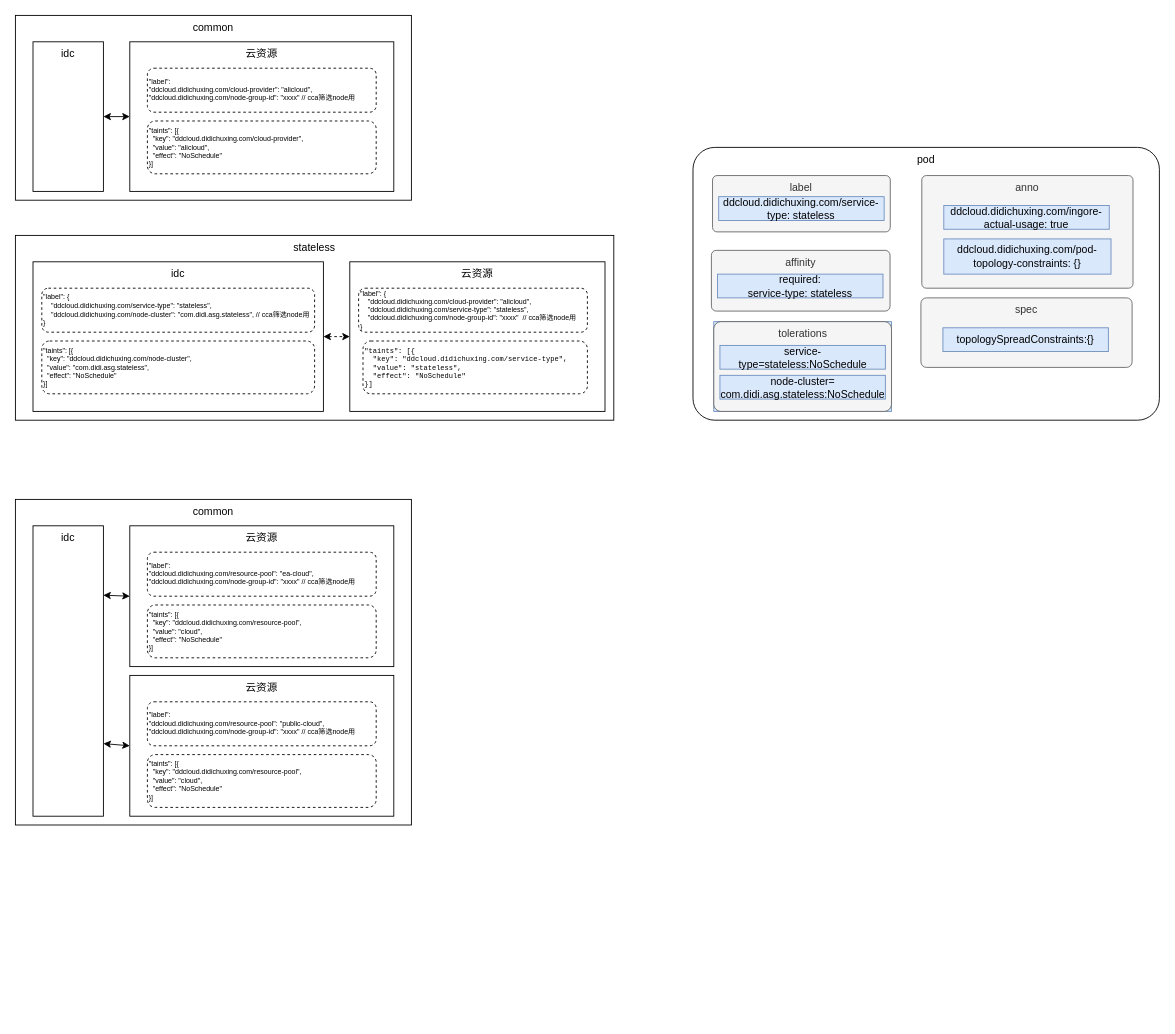
The draw.io diagram quota.drawio in zhangfuli/draw.io, before the edit. Source tidied: cells renumbered, new cells numbered last; positions are measured from the earlier drawing's top-left corner, leaving out a move shared by most shapes. Both pictures are drawn from the tidied source at 88%, with x=0, y=0 at pixel (15, 15).
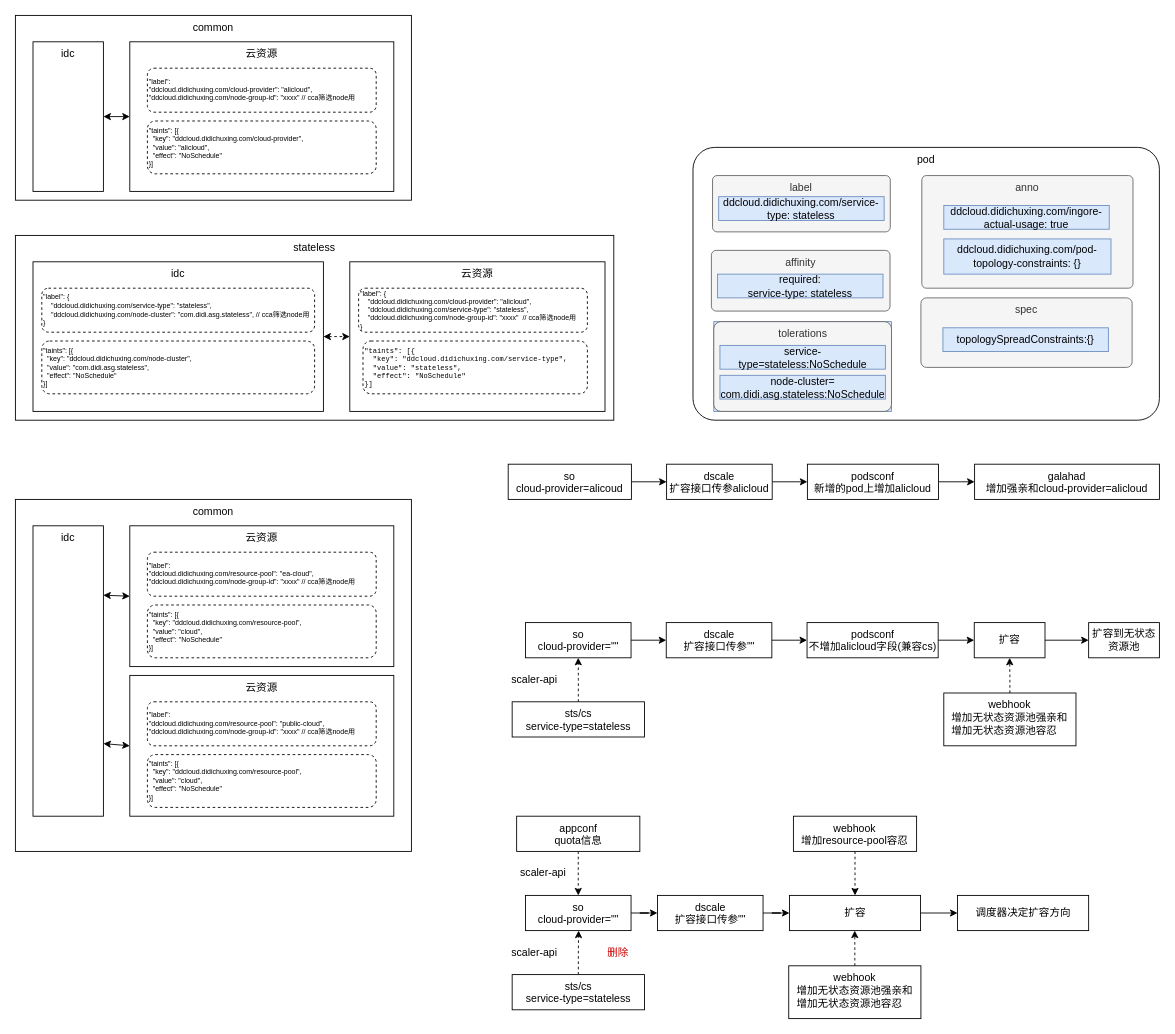
Above is the later version.

The edit, as a diff of the source:
```diff
@@
     <mxCell id="31" value="common" style="rounded=0;whiteSpace=wrap;html=1;verticalAlign=top;" parent="1" vertex="1">
-      <mxGeometry y="550" width="450" height="370" as="geometry" />
+      <mxGeometry y="550" width="450" height="400" as="geometry" />
     </mxCell>
@@
+    <mxCell id="41" style="edgeStyle=orthogonalEdgeStyle;rounded=0;jettySize=auto;html=1;" parent="1" edge="1" source="42" target="44">
+      <mxGeometry relative="1" as="geometry" />
+    </mxCell>
+    <mxCell id="42" value="so&lt;div&gt;cloud-provider=alicoud&lt;/div&gt;" style="rounded=0;whiteSpace=wrap;html=1;verticalAlign=top;" parent="1" vertex="1">
+      <mxGeometry x="560" y="510" width="140" height="40" as="geometry" />
+    </mxCell>
+    <mxCell id="43" style="edgeStyle=orthogonalEdgeStyle;rounded=0;jettySize=auto;html=1;" parent="1" edge="1" source="44" target="46">
+      <mxGeometry relative="1" as="geometry" />
+    </mxCell>
+    <mxCell id="44" value="dscale&lt;div&gt;扩容接口传参alicloud&lt;/div&gt;" style="rounded=0;whiteSpace=wrap;html=1;verticalAlign=top;" parent="1" vertex="1">
+      <mxGeometry x="740" y="510" width="120" height="40" as="geometry" />
+    </mxCell>
+    <mxCell id="45" style="edgeStyle=orthogonalEdgeStyle;rounded=0;jettySize=auto;html=1;" parent="1" edge="1" source="46" target="47">
+      <mxGeometry relative="1" as="geometry" />
+    </mxCell>
+    <mxCell id="46" value="podsconf&lt;div&gt;新增的pod上增加alicloud&lt;/div&gt;" style="rounded=0;whiteSpace=wrap;html=1;verticalAlign=top;" parent="1" vertex="1">
+      <mxGeometry x="900" y="510" width="149" height="40" as="geometry" />
+    </mxCell>
+    <mxCell id="47" value="galahad&lt;div&gt;增加强亲和cloud-provider=alicloud&lt;/div&gt;" style="rounded=0;whiteSpace=wrap;html=1;verticalAlign=top;" parent="1" vertex="1">
+      <mxGeometry x="1090" y="510" width="210" height="40" as="geometry" />
+    </mxCell>
+    <mxCell id="48" style="edgeStyle=orthogonalEdgeStyle;rounded=0;jettySize=auto;html=1;" parent="1" edge="1" source="49" target="51">
+      <mxGeometry relative="1" as="geometry" />
+    </mxCell>
+    <mxCell id="49" value="so&lt;div&gt;cloud-provider=&quot;&quot;&lt;/div&gt;" style="rounded=0;whiteSpace=wrap;html=1;verticalAlign=top;" parent="1" vertex="1">
+      <mxGeometry x="579.6" y="690" width="120" height="40" as="geometry" />
+    </mxCell>
+    <mxCell id="50" style="edgeStyle=orthogonalEdgeStyle;rounded=0;jettySize=auto;html=1;" parent="1" edge="1" source="51" target="53">
+      <mxGeometry relative="1" as="geometry" />
+    </mxCell>
+    <mxCell id="51" value="dscale&lt;div&gt;扩容接口传参&quot;&quot;&lt;/div&gt;" style="rounded=0;whiteSpace=wrap;html=1;verticalAlign=top;" parent="1" vertex="1">
+      <mxGeometry x="739.6" y="690" width="120" height="40" as="geometry" />
+    </mxCell>
+    <mxCell id="52" style="edgeStyle=orthogonalEdgeStyle;rounded=0;jettySize=auto;html=1;" parent="1" edge="1" source="53" target="55">
+      <mxGeometry relative="1" as="geometry" />
+    </mxCell>
+    <mxCell id="53" value="podsconf&lt;div&gt;不增加alicloud字段(兼容cs)&lt;/div&gt;" style="rounded=0;whiteSpace=wrap;html=1;verticalAlign=top;" parent="1" vertex="1">
+      <mxGeometry x="899.6" y="690" width="149" height="40" as="geometry" />
+    </mxCell>
+    <mxCell id="54" style="edgeStyle=orthogonalEdgeStyle;rounded=0;jettySize=auto;html=1;" parent="1" edge="1" source="55" target="70">
+      <mxGeometry relative="1" as="geometry" />
+    </mxCell>
+    <mxCell id="55" value="扩容" style="rounded=0;whiteSpace=wrap;html=1;verticalAlign=middle;" parent="1" vertex="1">
+      <mxGeometry x="1089.6" y="690" width="80.4" height="40" as="geometry" />
+    </mxCell>
+    <mxCell id="56" style="edgeStyle=orthogonalEdgeStyle;rounded=0;jettySize=auto;html=1;" parent="1" edge="1" source="57" target="59">
+      <mxGeometry relative="1" as="geometry" />
+    </mxCell>
+    <mxCell id="57" value="so&lt;div&gt;cloud-provider=&quot;&quot;&lt;/div&gt;" style="rounded=0;whiteSpace=wrap;html=1;verticalAlign=top;" parent="1" vertex="1">
+      <mxGeometry x="579.6" y="1000" width="120" height="40" as="geometry" />
+    </mxCell>
+    <mxCell id="58" style="edgeStyle=orthogonalEdgeStyle;rounded=0;jettySize=auto;html=1;" parent="1" edge="1" source="59" target="61">
+      <mxGeometry relative="1" as="geometry" />
+    </mxCell>
+    <mxCell id="59" value="dscale&lt;div&gt;扩容接口传参&quot;&quot;&lt;/div&gt;" style="rounded=0;whiteSpace=wrap;html=1;verticalAlign=top;" parent="1" vertex="1">
+      <mxGeometry x="729.6" y="1000" width="120" height="40" as="geometry" />
+    </mxCell>
+    <mxCell id="60" style="edgeStyle=orthogonalEdgeStyle;rounded=0;jettySize=auto;html=1;" parent="1" edge="1" source="61" target="65">
+      <mxGeometry relative="1" as="geometry" />
+    </mxCell>
+    <mxCell id="61" value="扩容" style="rounded=0;whiteSpace=wrap;html=1;verticalAlign=middle;" parent="1" vertex="1">
+      <mxGeometry x="879.6" y="1000" width="149" height="40" as="geometry" />
+    </mxCell>
+    <mxCell id="62" style="edgeStyle=orthogonalEdgeStyle;rounded=0;jettySize=auto;html=1;dashed=1;" parent="1" edge="1" source="63" target="57">
+      <mxGeometry relative="1" as="geometry" />
+    </mxCell>
+    <mxCell id="63" value="appconf&lt;div&gt;quota信息&lt;/div&gt;" style="rounded=0;whiteSpace=wrap;html=1;verticalAlign=top;" parent="1" vertex="1">
+      <mxGeometry x="569.6" y="910" width="140" height="40" as="geometry" />
+    </mxCell>
+    <mxCell id="64" value="scaler-api" style="text;html=1;whiteSpace=wrap;strokeColor=none;fillColor=none;align=center;verticalAlign=middle;rounded=0;" parent="1" vertex="1">
+      <mxGeometry x="569.6" y="960" width="60" height="30" as="geometry" />
+    </mxCell>
+    <mxCell id="65" value="调度器决定扩容方向" style="rounded=0;whiteSpace=wrap;html=1;verticalAlign=middle;" parent="1" vertex="1">
+      <mxGeometry x="1070.6" y="1000" width="149" height="40" as="geometry" />
+    </mxCell>
+    <mxCell id="66" style="edgeStyle=orthogonalEdgeStyle;rounded=0;jettySize=auto;html=1;dashed=1;" parent="1" edge="1" source="67" target="61">
+      <mxGeometry relative="1" as="geometry" />
+    </mxCell>
+    <mxCell id="67" value="webhook&lt;div style=&quot;text-align: left;&quot;&gt;增加resource-pool容忍&lt;/div&gt;" style="rounded=0;whiteSpace=wrap;html=1;verticalAlign=top;" parent="1" vertex="1">
+      <mxGeometry x="884.1" y="910" width="140" height="40" as="geometry" />
+    </mxCell>
+    <mxCell id="68" style="edgeStyle=orthogonalEdgeStyle;rounded=0;jettySize=auto;html=1;dashed=1;" parent="1" edge="1" source="69" target="55">
+      <mxGeometry relative="1" as="geometry" />
+    </mxCell>
+    <mxCell id="69" value="webhook&lt;div style=&quot;text-align: left;&quot;&gt;增加无状态资源池强亲和&lt;/div&gt;&lt;div style=&quot;text-align: left;&quot;&gt;增加无状态资源池容忍&lt;/div&gt;" style="rounded=0;whiteSpace=wrap;html=1;verticalAlign=top;" parent="1" vertex="1">
+      <mxGeometry x="1055" y="770" width="150.2" height="60" as="geometry" />
+    </mxCell>
+    <mxCell id="70" value="扩容到无状态资源池" style="rounded=0;whiteSpace=wrap;html=1;verticalAlign=middle;" parent="1" vertex="1">
+      <mxGeometry x="1219.6" y="690" width="80.4" height="40" as="geometry" />
+    </mxCell>
+    <mxCell id="71" style="edgeStyle=orthogonalEdgeStyle;rounded=0;jettySize=auto;html=1;dashed=1;" parent="1" edge="1" source="72" target="49">
+      <mxGeometry relative="1" as="geometry" />
+    </mxCell>
+    <mxCell id="72" value="sts/cs&lt;div&gt;service-type=stateless&lt;/div&gt;" style="rounded=0;whiteSpace=wrap;html=1;verticalAlign=top;" parent="1" vertex="1">
+      <mxGeometry x="564.5" y="780" width="150.4" height="40" as="geometry" />
+    </mxCell>
+    <mxCell id="73" value="scaler-api" style="text;html=1;whiteSpace=wrap;strokeColor=none;fillColor=none;align=center;verticalAlign=middle;rounded=0;" parent="1" vertex="1">
+      <mxGeometry x="560" y="740" width="60" height="30" as="geometry" />
+    </mxCell>
+    <mxCell id="74" style="edgeStyle=orthogonalEdgeStyle;rounded=0;jettySize=auto;html=1;dashed=1;" parent="1" edge="1" source="75">
+      <mxGeometry relative="1" as="geometry">
+        <mxPoint x="640" y="1040" as="targetPoint" />
+      </mxGeometry>
+    </mxCell>
+    <mxCell id="75" value="sts/cs&lt;div&gt;service-type=stateless&lt;/div&gt;" style="rounded=0;whiteSpace=wrap;html=1;verticalAlign=top;" parent="1" vertex="1">
+      <mxGeometry x="564.5" y="1090" width="150.4" height="40" as="geometry" />
+    </mxCell>
+    <mxCell id="76" value="scaler-api" style="text;html=1;whiteSpace=wrap;strokeColor=none;fillColor=none;align=center;verticalAlign=middle;rounded=0;" parent="1" vertex="1">
+      <mxGeometry x="560" y="1050" width="60" height="30" as="geometry" />
+    </mxCell>
+    <mxCell id="77" style="edgeStyle=orthogonalEdgeStyle;rounded=0;jettySize=auto;html=1;dashed=1;" parent="1" edge="1" source="78">
+      <mxGeometry relative="1" as="geometry">
+        <mxPoint x="953.8" y="1040" as="targetPoint" />
+      </mxGeometry>
+    </mxCell>
+    <mxCell id="78" value="webhook&lt;div style=&quot;text-align: left;&quot;&gt;增加无状态资源池强亲和&lt;/div&gt;&lt;div style=&quot;text-align: left;&quot;&gt;增加无状态资源池容忍&lt;/div&gt;" style="rounded=0;whiteSpace=wrap;html=1;verticalAlign=top;" parent="1" vertex="1">
+      <mxGeometry x="878.8" y="1080" width="150.2" height="60" as="geometry" />
+    </mxCell>
+    <mxCell id="79" value="&lt;font style=&quot;color: rgb(204, 0, 0);&quot;&gt;删除&lt;/font&gt;" style="text;html=1;whiteSpace=wrap;strokeColor=none;fillColor=none;align=center;verticalAlign=middle;rounded=0;" parent="1" vertex="1">
+      <mxGeometry x="654.8" y="1050" width="60" height="30" as="geometry" />
+    </mxCell>
```
